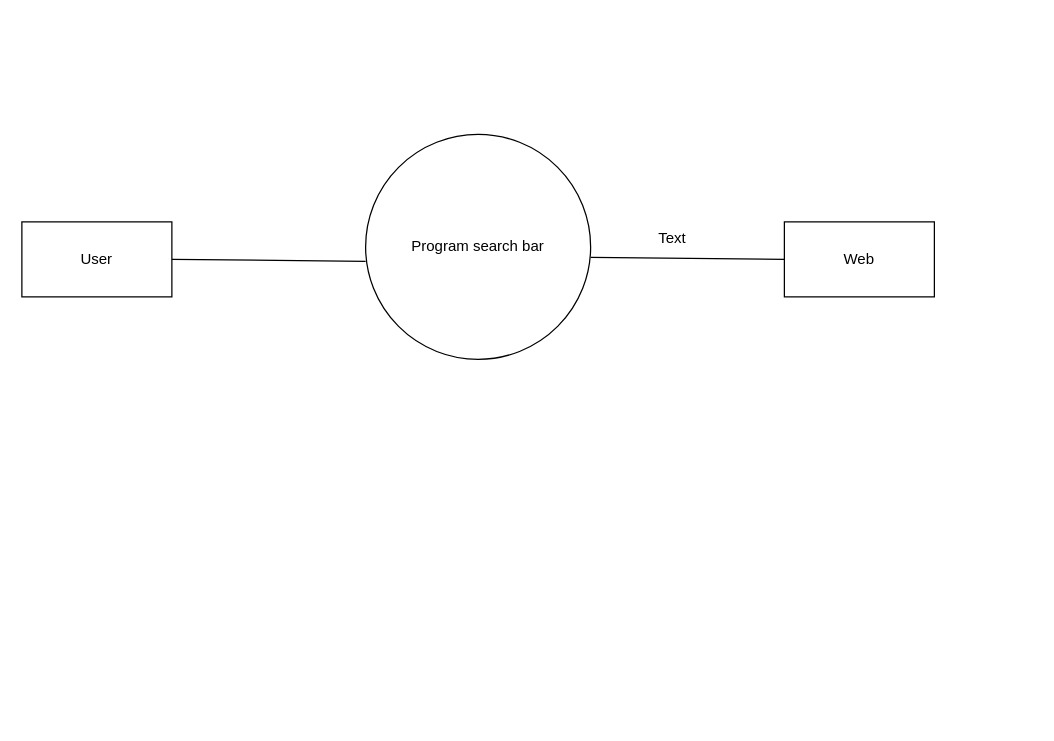
This is Untitled Diagram.drawio from Bhavsszn/CYBR-404, a draw.io file, before an edit. Source tidied: cells renumbered, new cells numbered last; positions are measured from the earlier drawing's top-left corner, leaving out a move shared by most shapes. Both pictures are drawn from the tidied source at 125%, with x=0, y=0 at pixel (21, 134).
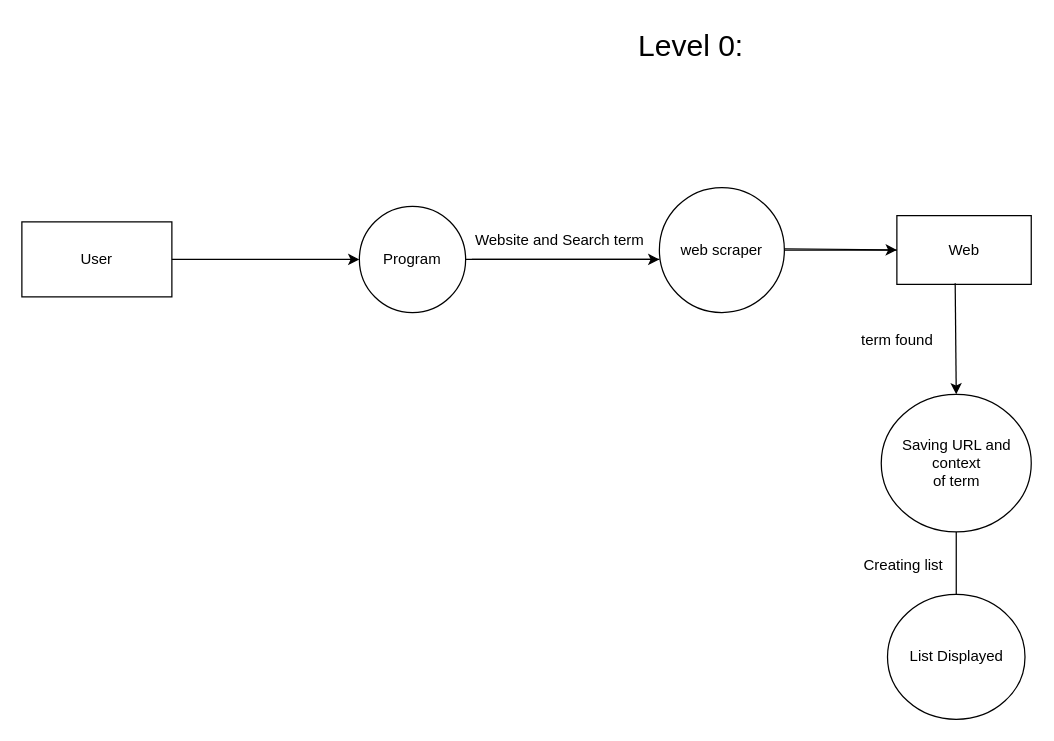
The same diagram, later.

The change refers to these unchanged cells:
```xml
<mxCell id="3" value="User" style="rounded=0;whiteSpace=wrap;html=1;" parent="1" vertex="1">
  <mxGeometry y="70" width="120" height="60" as="geometry" />
</mxCell>
```

What changed in the source:
```diff
@@
-    <mxCell id="2" value="Program search bar" style="ellipse;whiteSpace=wrap;html=1;" parent="1" vertex="1">
-      <mxGeometry x="275" width="180" height="180" as="geometry" />
+    <mxCell id="2" value="Program" style="ellipse;whiteSpace=wrap;html=1;" parent="1" vertex="1">
+      <mxGeometry x="270" y="57.5" width="85" height="85" as="geometry" />
     </mxCell>
@@
+    <mxCell id="6" style="endArrow=none;html=1;rounded=0;entryX=1;entryY=0.5;entryDx=0;entryDy=0;" parent="1" edge="1">
+      <mxGeometry relative="1" as="geometry">
+        <mxPoint x="510" y="100" as="sourcePoint" />
+        <mxPoint x="355" y="100" as="targetPoint" />
+      </mxGeometry>
+    </mxCell>
+    <mxCell id="8" value="Website and Search term" style="text;html=1;align=center;verticalAlign=middle;strokeColor=none;fillColor=none;" parent="1" vertex="1">
+      <mxGeometry x="350" y="70" width="160" height="30" as="geometry" />
+    </mxCell>
+    <mxCell id="9" value="web scraper" style="ellipse;whiteSpace=wrap;html=1;" parent="1" vertex="1">
+      <mxGeometry x="510" y="42.5" width="100" height="100" as="geometry" />
+    </mxCell>
     <mxCell id="4" value="Web" style="rounded=0;whiteSpace=wrap;html=1;" parent="1" vertex="1">
-      <mxGeometry x="610" y="70" width="120" height="60" as="geometry" />
+      <mxGeometry x="700" y="65" width="107.5" height="55" as="geometry" />
     </mxCell>
-    <mxCell id="5" style="endArrow=none;html=1;rounded=0;entryX=1;entryY=0.5;entryDx=0;entryDy=0;" parent="1" edge="1" target="3">
-      <mxGeometry relative="1" as="geometry">
-        <mxPoint x="275" y="101.6" as="sourcePoint" />
-      </mxGeometry>
-    </mxCell>
-    <mxCell id="6" style="endArrow=none;html=1;rounded=0;entryX=1;entryY=0.5;entryDx=0;entryDy=0;" parent="1" edge="1">
-      <mxGeometry relative="1" as="geometry">
-        <mxPoint x="610" y="100" as="sourcePoint" />
-        <mxPoint x="455" y="98.4" as="targetPoint" />
-      </mxGeometry>
-    </mxCell>
-    <mxCell id="7" value="Text" style="text;html=1;align=center;verticalAlign=middle;strokeColor=none;fillColor=none;" parent="1" vertex="1">
-      <mxGeometry x="495" y="68" width="50" height="30" as="geometry" />
-    </mxCell>
+    <mxCell id="10" style="endArrow=none;html=1;rounded=0;exitX=1;exitY=0.5;exitDx=0;exitDy=0;entryX=0;entryY=0.5;entryDx=0;entryDy=0;" parent="1" edge="1" source="9" target="4">
+      <mxGeometry relative="1" as="geometry" />
+    </mxCell>
+    <mxCell id="11" value="&lt;font style=&quot;font-size: 24px;&quot;&gt;Level 0:&lt;/font&gt;" style="text;html=1;align=center;verticalAlign=middle;strokeColor=none;fillColor=none;rotation=0;" parent="1" vertex="1">
+      <mxGeometry x="480" y="-90" width="110" height="40" as="geometry" />
+    </mxCell>
+    <mxCell id="12" value="term found" style="text;html=1;align=center;verticalAlign=middle;strokeColor=none;fillColor=none;" parent="1" vertex="1">
+      <mxGeometry x="660" y="150" width="80" height="30" as="geometry" />
+    </mxCell>
+    <mxCell id="13" style="endArrow=classic;html=1;rounded=0;exitX=1;exitY=0.5;exitDx=0;exitDy=0;entryX=0;entryY=0.5;entryDx=0;entryDy=0;" parent="1" edge="1" source="3" target="2">
+      <mxGeometry relative="1" as="geometry" />
+    </mxCell>
+    <mxCell id="14" style="endArrow=classic;html=1;rounded=0;exitX=1;exitY=0.5;exitDx=0;exitDy=0;entryX=0;entryY=0.5;entryDx=0;entryDy=0;" parent="1" edge="1">
+      <mxGeometry relative="1" as="geometry">
+        <mxPoint x="360" y="100" as="sourcePoint" />
+        <mxPoint x="510" y="100" as="targetPoint" />
+      </mxGeometry>
+    </mxCell>
+    <mxCell id="15" style="endArrow=classic;html=1;rounded=0;entryX=0;entryY=0.5;entryDx=0;entryDy=0;" parent="1" edge="1" target="4">
+      <mxGeometry relative="1" as="geometry">
+        <mxPoint x="610" y="91.5" as="sourcePoint" />
+      </mxGeometry>
+    </mxCell>
+    <mxCell id="16" style="group;" parent="1" vertex="1">
+      <mxGeometry x="647.5" y="198" width="160" height="270" as="geometry" />
+    </mxCell>
+    <mxCell id="17" value="Saving URL and context&lt;br style=&quot;border-color: var(--border-color);&quot;&gt;&lt;span style=&quot;&quot;&gt;of term&lt;/span&gt;" style="ellipse;whiteSpace=wrap;html=1;" parent="16" vertex="1">
+      <mxGeometry x="40" y="10" width="120" height="110" as="geometry" />
+    </mxCell>
+    <mxCell id="18" value="List Displayed" style="ellipse;whiteSpace=wrap;html=1;" parent="16" vertex="1">
+      <mxGeometry x="45" y="170" width="110" height="100" as="geometry" />
+    </mxCell>
+    <mxCell id="19" style="endArrow=none;html=1;rounded=0;entryX=0.5;entryY=1;entryDx=0;entryDy=0;" parent="16" edge="1" target="17">
+      <mxGeometry relative="1" as="geometry">
+        <mxPoint x="100" y="170" as="sourcePoint" />
+      </mxGeometry>
+    </mxCell>
+    <mxCell id="20" value="Creating list" style="text;html=1;align=center;verticalAlign=middle;strokeColor=none;fillColor=none;" parent="16" vertex="1">
+      <mxGeometry x="12.5" y="132" width="90" height="30" as="geometry" />
+    </mxCell>
+    <mxCell id="21" style="endArrow=classic;html=1;rounded=0;entryX=0.5;entryY=0;entryDx=0;entryDy=0;exitX=0.434;exitY=0.982;exitDx=0;exitDy=0;exitPerimeter=0;" parent="1" edge="1" source="4" target="17">
+      <mxGeometry relative="1" as="geometry" />
+    </mxCell>
```
